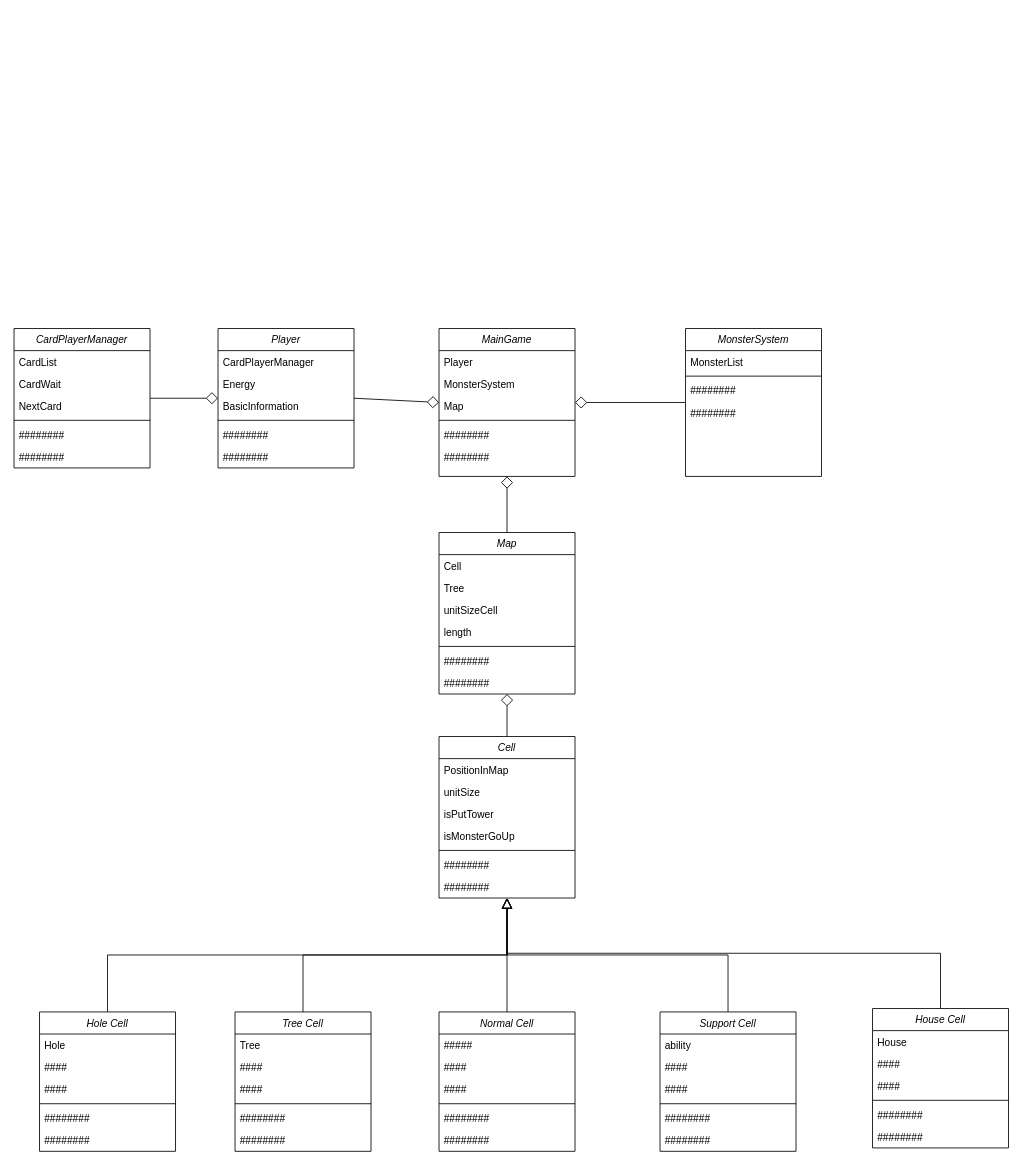
Earlier version of the draw.io diagram page "Ver 2" (13 of 13) of Untitled Diagram.drawio (HanhND2/assignment-03-class-sequence-diagram-). Source tidied: cells renumbered, new cells numbered last; positions are measured from the earlier drawing's top-left corner, leaving out a move shared by most shapes. Both pictures are drawn from the tidied source at 85%, with x=0, y=0 at pixel (14, 328).
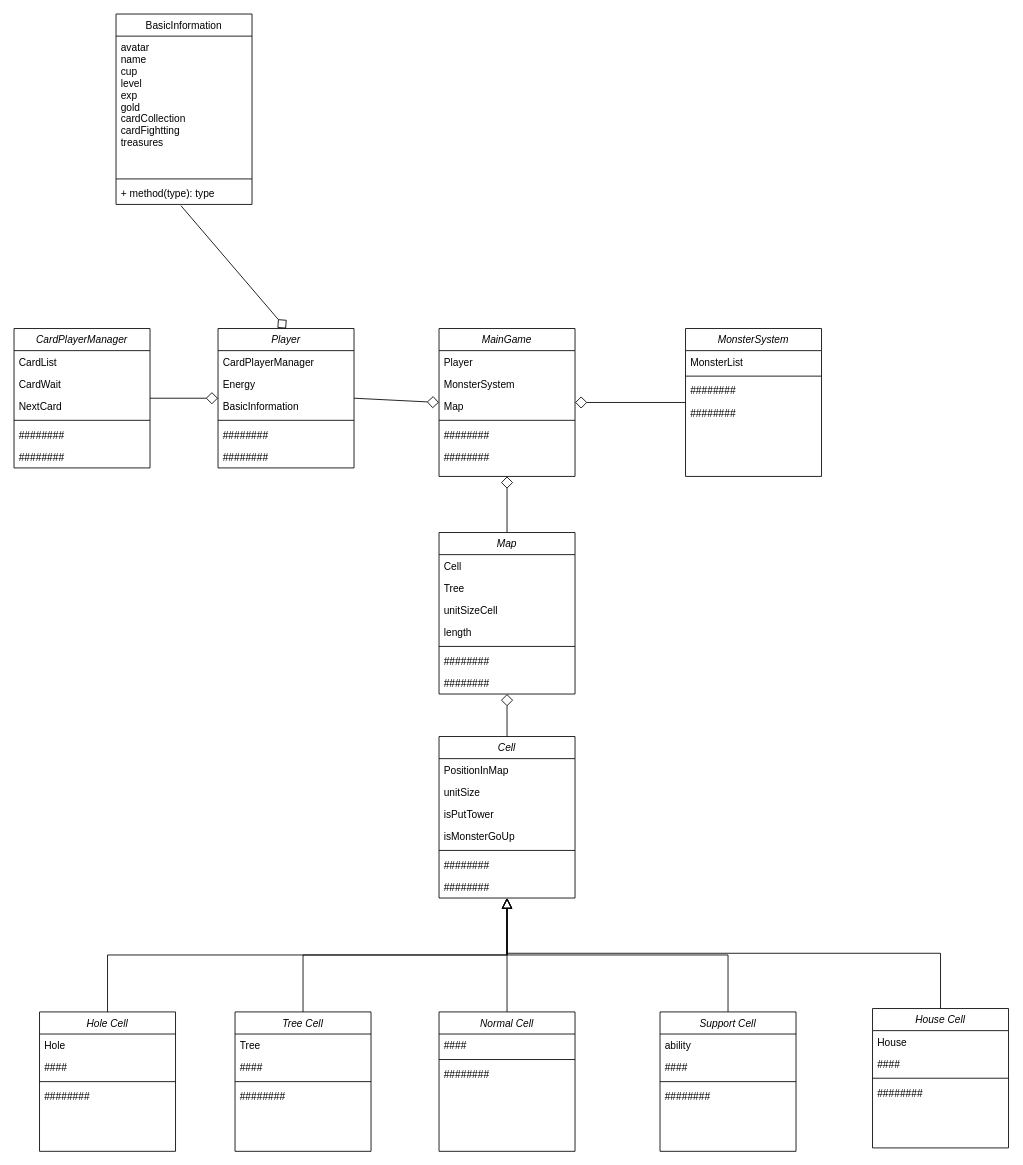
After the change.

The change refers to these unchanged cells:
```xml
<mxCell id="9" value="Player" style="swimlane;fontStyle=2;align=center;verticalAlign=top;horizontal=1;startSize=26;rounded=0;shadow=0;strokeWidth=1;" parent="1" vertex="1">
  <mxGeometry x="240" width="160" height="164" as="geometry" />
</mxCell>
<mxCell id="37" value="Normal Cell&#10;" style="swimlane;fontStyle=2;align=center;verticalAlign=top;horizontal=1;startSize=26;rounded=0;shadow=0;strokeWidth=1;" parent="1" vertex="1">
  <mxGeometry x="500" y="804" width="160" height="164" as="geometry" />
</mxCell>
<mxCell id="44" value="Tree Cell&#10;" style="swimlane;fontStyle=2;align=center;verticalAlign=top;horizontal=1;startSize=26;rounded=0;shadow=0;strokeWidth=1;" parent="1" vertex="1">
  <mxGeometry x="260" y="804" width="160" height="164" as="geometry" />
</mxCell>
<mxCell id="51" value="Hole Cell" style="swimlane;fontStyle=2;align=center;verticalAlign=top;horizontal=1;startSize=26;rounded=0;shadow=0;strokeWidth=1;" parent="1" vertex="1">
  <mxGeometry x="30" y="804" width="160" height="164" as="geometry" />
</mxCell>
<mxCell id="58" value="Support Cell" style="swimlane;fontStyle=2;align=center;verticalAlign=top;horizontal=1;startSize=26;rounded=0;shadow=0;strokeWidth=1;" parent="1" vertex="1">
  <mxGeometry x="760" y="804" width="160" height="164" as="geometry" />
</mxCell>
<mxCell id="65" value="House Cell" style="swimlane;fontStyle=2;align=center;verticalAlign=top;horizontal=1;startSize=26;rounded=0;shadow=0;strokeWidth=1;" parent="1" vertex="1">
  <mxGeometry x="1010" y="800" width="160" height="164" as="geometry" />
</mxCell>
```

Change to the diagram source:
```diff
@@
-    <mxCell id="38" value="#####" style="text;align=left;verticalAlign=top;spacingLeft=4;spacingRight=4;overflow=hidden;" parent="37" vertex="1">
-      <mxGeometry y="26" width="160" height="26" as="geometry" />
-    </mxCell>
-    <mxCell id="39" value="####" style="text;align=left;verticalAlign=top;spacingLeft=4;spacingRight=4;overflow=hidden;rounded=0;shadow=0;html=0;" parent="37" vertex="1">
-      <mxGeometry y="52" width="160" height="26" as="geometry" />
-    </mxCell>
     <mxCell id="40" value="####" style="text;align=left;verticalAlign=top;spacingLeft=4;spacingRight=4;overflow=hidden;rounded=0;shadow=0;html=0;" parent="37" vertex="1">
-      <mxGeometry y="78" width="160" height="26" as="geometry" />
+      <mxGeometry y="26" width="160" height="26" as="geometry" />
     </mxCell>
     <mxCell id="41" style="line;html=1;strokeWidth=1;align=left;verticalAlign=middle;spacingTop=-1;spacingLeft=3;spacingRight=3;labelPosition=right;" parent="37" vertex="1">
-      <mxGeometry y="104" width="160" height="8" as="geometry" />
+      <mxGeometry y="52" width="160" height="8" as="geometry" />
     </mxCell>
-    <mxCell id="42" value="########" style="text;align=left;verticalAlign=top;spacingLeft=4;spacingRight=4;overflow=hidden;" parent="37" vertex="1">
-      <mxGeometry y="112" width="160" height="26" as="geometry" />
-    </mxCell>
     <mxCell id="43" value="########" style="text;align=left;verticalAlign=top;spacingLeft=4;spacingRight=4;overflow=hidden;" parent="37" vertex="1">
-      <mxGeometry y="138" width="160" height="26" as="geometry" />
+      <mxGeometry y="60" width="160" height="26" as="geometry" />
     </mxCell>
@@
-    <mxCell id="46" value="####" style="text;align=left;verticalAlign=top;spacingLeft=4;spacingRight=4;overflow=hidden;rounded=0;shadow=0;html=0;" parent="44" vertex="1">
-      <mxGeometry y="52" width="160" height="26" as="geometry" />
-    </mxCell>
     <mxCell id="47" value="####" style="text;align=left;verticalAlign=top;spacingLeft=4;spacingRight=4;overflow=hidden;rounded=0;shadow=0;html=0;" parent="44" vertex="1">
-      <mxGeometry y="78" width="160" height="26" as="geometry" />
+      <mxGeometry y="52" width="160" height="26" as="geometry" />
     </mxCell>
     <mxCell id="48" style="line;html=1;strokeWidth=1;align=left;verticalAlign=middle;spacingTop=-1;spacingLeft=3;spacingRight=3;labelPosition=right;" parent="44" vertex="1">
-      <mxGeometry y="104" width="160" height="8" as="geometry" />
+      <mxGeometry y="78" width="160" height="8" as="geometry" />
     </mxCell>
-    <mxCell id="49" value="########" style="text;align=left;verticalAlign=top;spacingLeft=4;spacingRight=4;overflow=hidden;" parent="44" vertex="1">
-      <mxGeometry y="112" width="160" height="26" as="geometry" />
-    </mxCell>
     <mxCell id="50" value="########" style="text;align=left;verticalAlign=top;spacingLeft=4;spacingRight=4;overflow=hidden;" parent="44" vertex="1">
-      <mxGeometry y="138" width="160" height="26" as="geometry" />
+      <mxGeometry y="86" width="160" height="26" as="geometry" />
     </mxCell>
@@
-    <mxCell id="53" value="####" style="text;align=left;verticalAlign=top;spacingLeft=4;spacingRight=4;overflow=hidden;rounded=0;shadow=0;html=0;" parent="51" vertex="1">
-      <mxGeometry y="52" width="160" height="26" as="geometry" />
-    </mxCell>
     <mxCell id="54" value="####" style="text;align=left;verticalAlign=top;spacingLeft=4;spacingRight=4;overflow=hidden;rounded=0;shadow=0;html=0;" parent="51" vertex="1">
-      <mxGeometry y="78" width="160" height="26" as="geometry" />
+      <mxGeometry y="52" width="160" height="26" as="geometry" />
     </mxCell>
     <mxCell id="55" style="line;html=1;strokeWidth=1;align=left;verticalAlign=middle;spacingTop=-1;spacingLeft=3;spacingRight=3;labelPosition=right;" parent="51" vertex="1">
-      <mxGeometry y="104" width="160" height="8" as="geometry" />
+      <mxGeometry y="78" width="160" height="8" as="geometry" />
     </mxCell>
-    <mxCell id="56" value="########" style="text;align=left;verticalAlign=top;spacingLeft=4;spacingRight=4;overflow=hidden;" parent="51" vertex="1">
-      <mxGeometry y="112" width="160" height="26" as="geometry" />
-    </mxCell>
     <mxCell id="57" value="########" style="text;align=left;verticalAlign=top;spacingLeft=4;spacingRight=4;overflow=hidden;" parent="51" vertex="1">
-      <mxGeometry y="138" width="160" height="26" as="geometry" />
+      <mxGeometry y="86" width="160" height="26" as="geometry" />
     </mxCell>
@@
-    <mxCell id="61" value="####" style="text;align=left;verticalAlign=top;spacingLeft=4;spacingRight=4;overflow=hidden;rounded=0;shadow=0;html=0;" parent="58" vertex="1">
-      <mxGeometry y="78" width="160" height="26" as="geometry" />
-    </mxCell>
     <mxCell id="62" style="line;html=1;strokeWidth=1;align=left;verticalAlign=middle;spacingTop=-1;spacingLeft=3;spacingRight=3;labelPosition=right;" parent="58" vertex="1">
-      <mxGeometry y="104" width="160" height="8" as="geometry" />
+      <mxGeometry y="78" width="160" height="8" as="geometry" />
     </mxCell>
     <mxCell id="63" value="########" style="text;align=left;verticalAlign=top;spacingLeft=4;spacingRight=4;overflow=hidden;" parent="58" vertex="1">
-      <mxGeometry y="112" width="160" height="26" as="geometry" />
+      <mxGeometry y="86" width="160" height="26" as="geometry" />
     </mxCell>
-    <mxCell id="64" value="########" style="text;align=left;verticalAlign=top;spacingLeft=4;spacingRight=4;overflow=hidden;" parent="58" vertex="1">
-      <mxGeometry y="138" width="160" height="26" as="geometry" />
-    </mxCell>
@@
-    <mxCell id="67" value="####" style="text;align=left;verticalAlign=top;spacingLeft=4;spacingRight=4;overflow=hidden;rounded=0;shadow=0;html=0;" parent="65" vertex="1">
-      <mxGeometry y="52" width="160" height="26" as="geometry" />
-    </mxCell>
     <mxCell id="68" value="####" style="text;align=left;verticalAlign=top;spacingLeft=4;spacingRight=4;overflow=hidden;rounded=0;shadow=0;html=0;" parent="65" vertex="1">
-      <mxGeometry y="78" width="160" height="26" as="geometry" />
+      <mxGeometry y="52" width="160" height="26" as="geometry" />
     </mxCell>
     <mxCell id="69" style="line;html=1;strokeWidth=1;align=left;verticalAlign=middle;spacingTop=-1;spacingLeft=3;spacingRight=3;labelPosition=right;" parent="65" vertex="1">
-      <mxGeometry y="104" width="160" height="8" as="geometry" />
+      <mxGeometry y="78" width="160" height="8" as="geometry" />
     </mxCell>
-    <mxCell id="70" value="########" style="text;align=left;verticalAlign=top;spacingLeft=4;spacingRight=4;overflow=hidden;" parent="65" vertex="1">
-      <mxGeometry y="112" width="160" height="26" as="geometry" />
-    </mxCell>
     <mxCell id="71" value="########" style="text;align=left;verticalAlign=top;spacingLeft=4;spacingRight=4;overflow=hidden;" parent="65" vertex="1">
-      <mxGeometry y="138" width="160" height="26" as="geometry" />
+      <mxGeometry y="86" width="160" height="26" as="geometry" />
     </mxCell>
@@
+    <mxCell id="89" value="BasicInformation" style="swimlane;fontStyle=0;align=center;verticalAlign=top;horizontal=1;startSize=26;" parent="1" vertex="1">
+      <mxGeometry x="120" y="-370" width="160" height="224" as="geometry" />
+    </mxCell>
+    <mxCell id="90" value="avatar&#10;name&#10;cup&#10;level&#10;exp&#10;gold&#10;cardCollection&#10;cardFightting&#10;treasures" style="text;strokeColor=none;fillColor=none;align=left;verticalAlign=top;spacingLeft=4;spacingRight=4;overflow=hidden;" parent="89" vertex="1">
+      <mxGeometry y="26" width="160" height="164" as="geometry" />
+    </mxCell>
+    <mxCell id="91" style="line;strokeWidth=1;fillColor=none;align=left;verticalAlign=middle;spacingTop=-1;spacingLeft=3;spacingRight=3;labelPosition=right;" parent="89" vertex="1">
+      <mxGeometry y="190" width="160" height="8" as="geometry" />
+    </mxCell>
+    <mxCell id="92" value="+ method(type): type" style="text;strokeColor=none;fillColor=none;align=left;verticalAlign=top;spacingLeft=4;spacingRight=4;overflow=hidden;points=[[0,0.5],[1,0.5]];portConstraint=eastwest;" parent="89" vertex="1">
+      <mxGeometry y="198" width="160" height="26" as="geometry" />
+    </mxCell>
+    <mxCell id="93" style="endArrow=diamond;html=1;rounded=1;sketch=0;strokeWidth=1;endFill=0;exitX=0.477;exitY=1.054;exitDx=0;exitDy=0;endSize=12;entryX=0.5;entryY=0;entryDx=0;entryDy=0;exitPerimeter=0;" parent="1" edge="1" source="92" target="9">
+      <mxGeometry relative="1" as="geometry" />
+    </mxCell>
```
